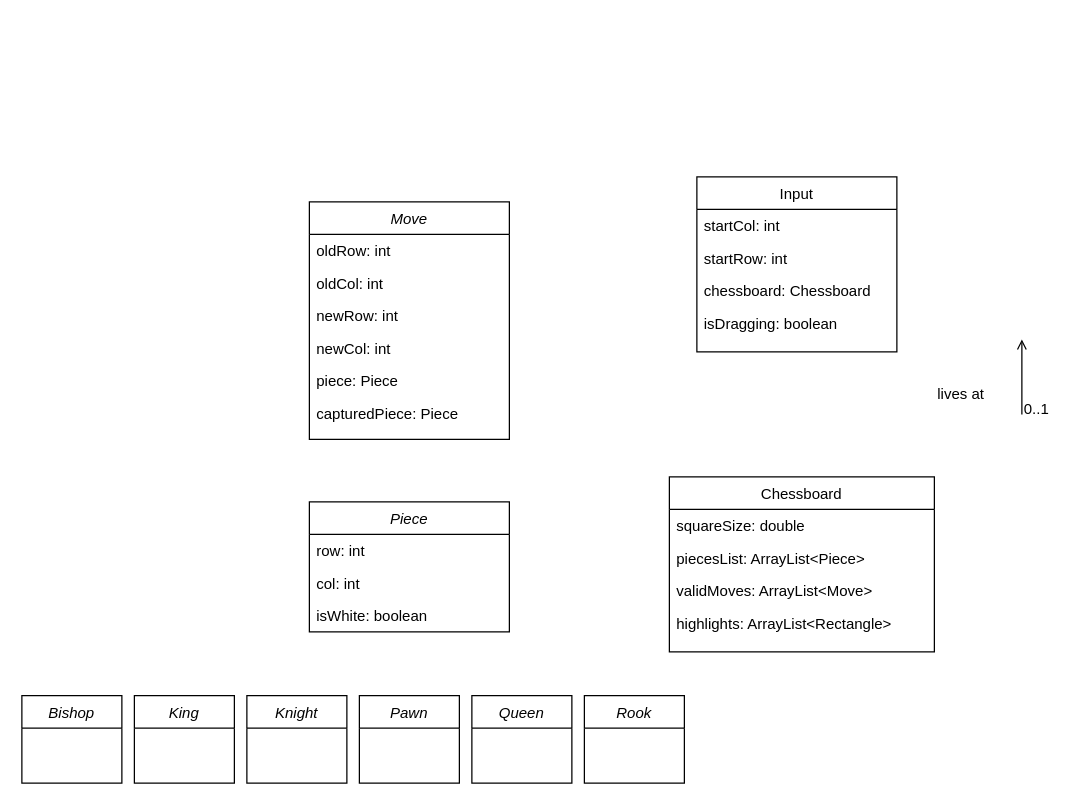
Earlier version of the draw.io diagram Untitled Diagram.drawio (spirithuntt/ChessGame). Source tidied: cells renumbered, new cells numbered last; positions are measured from the earlier drawing's top-left corner, leaving out a move shared by most shapes. Both pictures are drawn from the tidied source at 125%, with x=0, y=0 at pixel (21, 176).
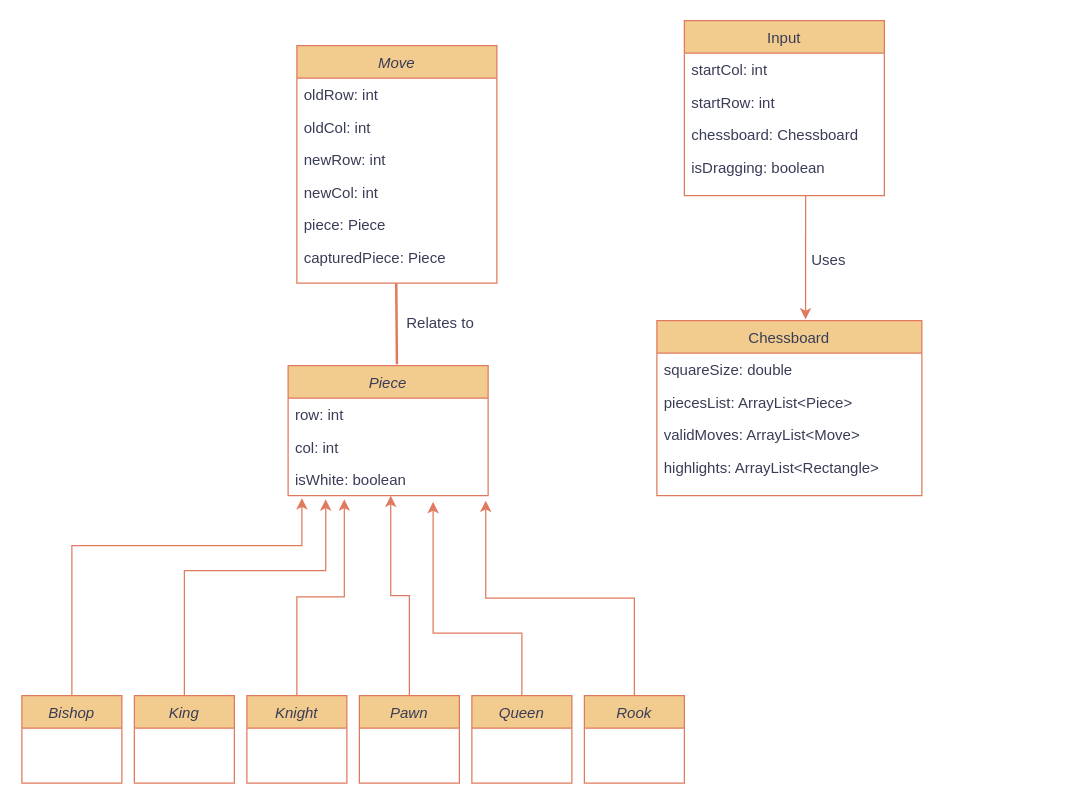
The same page after the edit.

What changed in the source:
```diff
@@
-    <mxCell id="2" value="Move" style="swimlane;fontStyle=2;align=center;verticalAlign=top;horizontal=1;startSize=26;rounded=0;shadow=0;strokeWidth=1;" parent="1" vertex="1">
-      <mxGeometry x="230" y="20" width="160" height="190" as="geometry" />
+    <mxCell id="2" value="Move" style="swimlane;fontStyle=2;align=center;verticalAlign=top;horizontal=1;startSize=26;rounded=0;shadow=0;strokeWidth=1;labelBackgroundColor=none;fillColor=#F2CC8F;strokeColor=#E07A5F;fontColor=#393C56;" parent="1" vertex="1">
+      <mxGeometry x="220" y="-105" width="160" height="190" as="geometry" />
     </mxCell>
-    <mxCell id="3" value="oldRow: int&#10;&#10;" style="text;align=left;verticalAlign=top;spacingLeft=4;spacingRight=4;overflow=hidden;" parent="2" vertex="1">
+    <mxCell id="3" value="oldRow: int&#10;&#10;" style="text;align=left;verticalAlign=top;spacingLeft=4;spacingRight=4;overflow=hidden;labelBackgroundColor=none;fontColor=#393C56;" parent="2" vertex="1">
       <mxGeometry y="26" width="160" height="26" as="geometry" />
     </mxCell>
-    <mxCell id="4" value="oldCol: int&#10;&#10;" style="text;align=left;verticalAlign=top;spacingLeft=4;spacingRight=4;overflow=hidden;rounded=0;shadow=0;html=0;" parent="2" vertex="1">
+    <mxCell id="4" value="oldCol: int&#10;&#10;" style="text;align=left;verticalAlign=top;spacingLeft=4;spacingRight=4;overflow=hidden;rounded=0;shadow=0;html=0;labelBackgroundColor=none;fontColor=#393C56;" parent="2" vertex="1">
       <mxGeometry y="52" width="160" height="26" as="geometry" />
     </mxCell>
-    <mxCell id="5" value="newRow: int&#10;&#10;" style="text;align=left;verticalAlign=top;spacingLeft=4;spacingRight=4;overflow=hidden;rounded=0;shadow=0;html=0;" parent="2" vertex="1">
+    <mxCell id="5" value="newRow: int&#10;&#10;" style="text;align=left;verticalAlign=top;spacingLeft=4;spacingRight=4;overflow=hidden;rounded=0;shadow=0;html=0;labelBackgroundColor=none;fontColor=#393C56;" parent="2" vertex="1">
       <mxGeometry y="78" width="160" height="26" as="geometry" />
     </mxCell>
-    <mxCell id="6" value="newCol: int&#10;&#10;" style="text;align=left;verticalAlign=top;spacingLeft=4;spacingRight=4;overflow=hidden;rounded=0;shadow=0;html=0;" parent="2" vertex="1">
+    <mxCell id="6" value="newCol: int&#10;&#10;" style="text;align=left;verticalAlign=top;spacingLeft=4;spacingRight=4;overflow=hidden;rounded=0;shadow=0;html=0;labelBackgroundColor=none;fontColor=#393C56;" parent="2" vertex="1">
       <mxGeometry y="104" width="160" height="26" as="geometry" />
     </mxCell>
-    <mxCell id="7" value="piece: Piece&#10;&#10;" style="text;align=left;verticalAlign=top;spacingLeft=4;spacingRight=4;overflow=hidden;rounded=0;shadow=0;html=0;" parent="2" vertex="1">
+    <mxCell id="7" value="piece: Piece&#10;&#10;" style="text;align=left;verticalAlign=top;spacingLeft=4;spacingRight=4;overflow=hidden;rounded=0;shadow=0;html=0;labelBackgroundColor=none;fontColor=#393C56;" parent="2" vertex="1">
       <mxGeometry y="130" width="160" height="26" as="geometry" />
     </mxCell>
-    <mxCell id="8" value="capturedPiece: Piece&#10;" style="text;align=left;verticalAlign=top;spacingLeft=4;spacingRight=4;overflow=hidden;rounded=0;shadow=0;html=0;" parent="2" vertex="1">
+    <mxCell id="8" value="capturedPiece: Piece&#10;" style="text;align=left;verticalAlign=top;spacingLeft=4;spacingRight=4;overflow=hidden;rounded=0;shadow=0;html=0;labelBackgroundColor=none;fontColor=#393C56;" parent="2" vertex="1">
       <mxGeometry y="156" width="160" height="26" as="geometry" />
     </mxCell>
-    <mxCell id="9" value="Input&#10;&#10;" style="swimlane;fontStyle=0;align=center;verticalAlign=top;horizontal=1;startSize=26;rounded=0;shadow=0;strokeWidth=1;" parent="1" vertex="1">
-      <mxGeometry x="540" width="160" height="140" as="geometry" />
+    <mxCell id="9" value="Input&#10;&#10;" style="swimlane;fontStyle=0;align=center;verticalAlign=top;horizontal=1;startSize=26;rounded=0;shadow=0;strokeWidth=1;labelBackgroundColor=none;fillColor=#F2CC8F;strokeColor=#E07A5F;fontColor=#393C56;" parent="1" vertex="1">
+      <mxGeometry x="530" y="-125" width="160" height="140" as="geometry" />
     </mxCell>
-    <mxCell id="10" value="startCol: int&#10;&#10;" style="text;align=left;verticalAlign=top;spacingLeft=4;spacingRight=4;overflow=hidden;" parent="9" vertex="1">
+    <mxCell id="10" value="startCol: int&#10;&#10;" style="text;align=left;verticalAlign=top;spacingLeft=4;spacingRight=4;overflow=hidden;labelBackgroundColor=none;fontColor=#393C56;" parent="9" vertex="1">
       <mxGeometry y="26" width="160" height="26" as="geometry" />
     </mxCell>
-    <mxCell id="11" value="startRow: int&#10;&#10;" style="text;align=left;verticalAlign=top;spacingLeft=4;spacingRight=4;overflow=hidden;rounded=0;shadow=0;html=0;" parent="9" vertex="1">
+    <mxCell id="11" value="startRow: int&#10;&#10;" style="text;align=left;verticalAlign=top;spacingLeft=4;spacingRight=4;overflow=hidden;rounded=0;shadow=0;html=0;labelBackgroundColor=none;fontColor=#393C56;" parent="9" vertex="1">
       <mxGeometry y="52" width="160" height="26" as="geometry" />
     </mxCell>
-    <mxCell id="12" value="chessboard: Chessboard&#10;&#10;" style="text;align=left;verticalAlign=top;spacingLeft=4;spacingRight=4;overflow=hidden;rounded=0;shadow=0;html=0;" parent="9" vertex="1">
+    <mxCell id="12" value="chessboard: Chessboard&#10;&#10;" style="text;align=left;verticalAlign=top;spacingLeft=4;spacingRight=4;overflow=hidden;rounded=0;shadow=0;html=0;labelBackgroundColor=none;fontColor=#393C56;" parent="9" vertex="1">
       <mxGeometry y="78" width="160" height="26" as="geometry" />
     </mxCell>
-    <mxCell id="13" value="isDragging: boolean&#10;&#10;" style="text;align=left;verticalAlign=top;spacingLeft=4;spacingRight=4;overflow=hidden;rounded=0;shadow=0;html=0;" parent="9" vertex="1">
+    <mxCell id="13" value="isDragging: boolean&#10;&#10;" style="text;align=left;verticalAlign=top;spacingLeft=4;spacingRight=4;overflow=hidden;rounded=0;shadow=0;html=0;labelBackgroundColor=none;fontColor=#393C56;" parent="9" vertex="1">
       <mxGeometry y="104" width="160" height="26" as="geometry" />
     </mxCell>
-    <mxCell id="14" style="endArrow=open;shadow=0;strokeWidth=1;rounded=0;endFill=1;edgeStyle=elbowEdgeStyle;elbow=vertical;" parent="1" edge="1">
-      <mxGeometry x="0.5" y="41" relative="1" as="geometry">
-        <mxPoint x="800" y="190" as="sourcePoint" />
-        <mxPoint x="800" y="130" as="targetPoint" />
-        <Array as="points">
-          <mxPoint x="800" y="180" />
-        </Array>
-        <mxPoint x="-40" y="32" as="offset" />
-      </mxGeometry>
-    </mxCell>
-    <mxCell id="15" value="0..1" style="align=left;verticalAlign=bottom;labelBackgroundColor=none;fontSize=12;" parent="14" vertex="1">
-      <mxGeometry x="-1" relative="1" as="geometry">
-        <mxPoint y="4" as="offset" />
-      </mxGeometry>
-    </mxCell>
-    <mxCell id="16" value="lives at" style="text;html=1;align=center;verticalAlign=middle;labelBackgroundColor=none;rounded=0;shadow=0;strokeWidth=1;fontSize=12;" parent="14" vertex="1">
-      <mxGeometry x="0.5" y="49" relative="1" as="geometry">
-        <mxPoint x="-1" y="28" as="offset" />
-      </mxGeometry>
-    </mxCell>
-    <mxCell id="17" value="Piece&#10;&#10;" style="swimlane;fontStyle=2;align=center;verticalAlign=top;horizontal=1;startSize=26;rounded=0;shadow=0;strokeWidth=1;" parent="1" vertex="1">
-      <mxGeometry x="230" y="260" width="160" height="104" as="geometry" />
+    <mxCell id="17" value="Piece&#10;&#10;" style="swimlane;fontStyle=2;align=center;verticalAlign=top;horizontal=1;startSize=26;rounded=0;shadow=0;strokeWidth=1;labelBackgroundColor=none;fillColor=#F2CC8F;strokeColor=#E07A5F;fontColor=#393C56;" parent="1" vertex="1">
+      <mxGeometry x="213" y="151" width="160" height="104" as="geometry" />
     </mxCell>
-    <mxCell id="18" value="row: int&#10;&#10;" style="text;align=left;verticalAlign=top;spacingLeft=4;spacingRight=4;overflow=hidden;" parent="17" vertex="1">
+    <mxCell id="18" value="row: int&#10;&#10;" style="text;align=left;verticalAlign=top;spacingLeft=4;spacingRight=4;overflow=hidden;labelBackgroundColor=none;fontColor=#393C56;" parent="17" vertex="1">
       <mxGeometry y="26" width="160" height="26" as="geometry" />
     </mxCell>
-    <mxCell id="19" value="col: int&#10;&#10;" style="text;align=left;verticalAlign=top;spacingLeft=4;spacingRight=4;overflow=hidden;rounded=0;shadow=0;html=0;" parent="17" vertex="1">
+    <mxCell id="19" value="col: int&#10;&#10;" style="text;align=left;verticalAlign=top;spacingLeft=4;spacingRight=4;overflow=hidden;rounded=0;shadow=0;html=0;labelBackgroundColor=none;fontColor=#393C56;" parent="17" vertex="1">
       <mxGeometry y="52" width="160" height="26" as="geometry" />
     </mxCell>
-    <mxCell id="20" value="isWhite: boolean&#10;&#10;" style="text;align=left;verticalAlign=top;spacingLeft=4;spacingRight=4;overflow=hidden;points=[[0,0.5],[1,0.5]];portConstraint=eastwest;rounded=0;shadow=0;html=0;" parent="17" vertex="1">
+    <mxCell id="20" value="isWhite: boolean&#10;&#10;" style="text;align=left;verticalAlign=top;spacingLeft=4;spacingRight=4;overflow=hidden;points=[[0,0.5],[1,0.5]];portConstraint=eastwest;rounded=0;shadow=0;html=0;labelBackgroundColor=none;fontColor=#393C56;" parent="17" vertex="1">
       <mxGeometry y="78" width="160" height="26" as="geometry" />
     </mxCell>
+    <mxCell id="32" style="edgeStyle=elbowEdgeStyle;rounded=0;jettySize=auto;elbow=vertical;html=1;entryX=0.988;entryY=1.154;entryDx=0;entryDy=0;entryPerimeter=0;labelBackgroundColor=none;strokeColor=#E07A5F;fontColor=default;" parent="1" edge="1" source="21" target="20">
+      <mxGeometry relative="1" as="geometry" />
+    </mxCell>
-    <mxCell id="21" value="Rook&#10;" style="swimlane;fontStyle=2;align=center;verticalAlign=top;horizontal=1;startSize=26;rounded=0;shadow=0;strokeWidth=1;" parent="1" vertex="1">
+    <mxCell id="21" value="Rook&#10;" style="swimlane;fontStyle=2;align=center;verticalAlign=top;horizontal=1;startSize=26;rounded=0;shadow=0;strokeWidth=1;labelBackgroundColor=none;fillColor=#F2CC8F;strokeColor=#E07A5F;fontColor=#393C56;" parent="1" vertex="1">
       <mxGeometry x="450" y="415" width="80" height="70" as="geometry" />
     </mxCell>
-    <mxCell id="22" value="Queen&#10;&#10;&#10;" style="swimlane;fontStyle=2;align=center;verticalAlign=top;horizontal=1;startSize=26;rounded=0;shadow=0;strokeWidth=1;" parent="1" vertex="1">
+    <mxCell id="22" value="Queen&#10;&#10;&#10;" style="swimlane;fontStyle=2;align=center;verticalAlign=top;horizontal=1;startSize=26;rounded=0;shadow=0;strokeWidth=1;labelBackgroundColor=none;fillColor=#F2CC8F;strokeColor=#E07A5F;fontColor=#393C56;" parent="1" vertex="1">
       <mxGeometry x="360" y="415" width="80" height="70" as="geometry" />
     </mxCell>
+    <mxCell id="33" style="edgeStyle=elbowEdgeStyle;rounded=0;jettySize=auto;elbow=vertical;html=1;exitX=0.5;exitY=0;exitDx=0;exitDy=0;entryX=0.513;entryY=1;entryDx=0;entryDy=0;entryPerimeter=0;labelBackgroundColor=none;strokeColor=#E07A5F;fontColor=default;" parent="1" edge="1" source="23" target="20">
+      <mxGeometry relative="1" as="geometry" />
+    </mxCell>
-    <mxCell id="23" value="Pawn&#10;&#10;" style="swimlane;fontStyle=2;align=center;verticalAlign=top;horizontal=1;startSize=26;rounded=0;shadow=0;strokeWidth=1;" parent="1" vertex="1">
+    <mxCell id="23" value="Pawn&#10;&#10;" style="swimlane;fontStyle=2;align=center;verticalAlign=top;horizontal=1;startSize=26;rounded=0;shadow=0;strokeWidth=1;labelBackgroundColor=none;fillColor=#F2CC8F;strokeColor=#E07A5F;fontColor=#393C56;" parent="1" vertex="1">
       <mxGeometry x="270" y="415" width="80" height="70" as="geometry" />
     </mxCell>
+    <mxCell id="34" style="edgeStyle=elbowEdgeStyle;rounded=0;jettySize=auto;elbow=vertical;html=1;entryX=0.281;entryY=1.115;entryDx=0;entryDy=0;entryPerimeter=0;labelBackgroundColor=none;strokeColor=#E07A5F;fontColor=default;" parent="1" edge="1" source="24" target="20">
+      <mxGeometry relative="1" as="geometry" />
+    </mxCell>
-    <mxCell id="24" value="Knight&#10;" style="swimlane;fontStyle=2;align=center;verticalAlign=top;horizontal=1;startSize=26;rounded=0;shadow=0;strokeWidth=1;" parent="1" vertex="1">
+    <mxCell id="24" value="Knight&#10;" style="swimlane;fontStyle=2;align=center;verticalAlign=top;horizontal=1;startSize=26;rounded=0;shadow=0;strokeWidth=1;labelBackgroundColor=none;fillColor=#F2CC8F;strokeColor=#E07A5F;fontColor=#393C56;" parent="1" vertex="1">
       <mxGeometry x="180" y="415" width="80" height="70" as="geometry" />
     </mxCell>
+    <mxCell id="35" style="edgeStyle=elbowEdgeStyle;rounded=0;jettySize=auto;elbow=vertical;html=1;exitX=0.5;exitY=0;exitDx=0;exitDy=0;entryX=0.188;entryY=1.115;entryDx=0;entryDy=0;entryPerimeter=0;labelBackgroundColor=none;strokeColor=#E07A5F;fontColor=default;" parent="1" edge="1" source="25" target="20">
+      <mxGeometry relative="1" as="geometry">
+        <Array as="points">
+          <mxPoint x="190" y="315" />
+        </Array>
+      </mxGeometry>
+    </mxCell>
-    <mxCell id="25" value="King" style="swimlane;fontStyle=2;align=center;verticalAlign=top;horizontal=1;startSize=26;rounded=0;shadow=0;strokeWidth=1;" parent="1" vertex="1">
+    <mxCell id="25" value="King" style="swimlane;fontStyle=2;align=center;verticalAlign=top;horizontal=1;startSize=26;rounded=0;shadow=0;strokeWidth=1;labelBackgroundColor=none;fillColor=#F2CC8F;strokeColor=#E07A5F;fontColor=#393C56;" parent="1" vertex="1">
       <mxGeometry x="90" y="415" width="80" height="70" as="geometry" />
     </mxCell>
+    <mxCell id="36" style="edgeStyle=elbowEdgeStyle;rounded=0;jettySize=auto;elbow=vertical;html=1;exitX=0.5;exitY=0;exitDx=0;exitDy=0;entryX=0.069;entryY=1.077;entryDx=0;entryDy=0;entryPerimeter=0;labelBackgroundColor=none;strokeColor=#E07A5F;fontColor=default;" parent="1" edge="1" source="26" target="20">
+      <mxGeometry relative="1" as="geometry">
+        <Array as="points">
+          <mxPoint x="130" y="295" />
+        </Array>
+      </mxGeometry>
+    </mxCell>
-    <mxCell id="26" value="Bishop" style="swimlane;fontStyle=2;align=center;verticalAlign=top;horizontal=1;startSize=26;rounded=0;shadow=0;strokeWidth=1;" parent="1" vertex="1">
+    <mxCell id="26" value="Bishop" style="swimlane;fontStyle=2;align=center;verticalAlign=top;horizontal=1;startSize=26;rounded=0;shadow=0;strokeWidth=1;labelBackgroundColor=none;fillColor=#F2CC8F;strokeColor=#E07A5F;fontColor=#393C56;" parent="1" vertex="1">
       <mxGeometry y="415" width="80" height="70" as="geometry" />
     </mxCell>
-    <mxCell id="27" value="Chessboard" style="swimlane;fontStyle=0;align=center;verticalAlign=top;horizontal=1;startSize=26;rounded=0;shadow=0;strokeWidth=1;" parent="1" vertex="1">
-      <mxGeometry x="518" y="240" width="212" height="140" as="geometry" />
+    <mxCell id="27" value="Chessboard" style="swimlane;fontStyle=0;align=center;verticalAlign=top;horizontal=1;startSize=26;rounded=0;shadow=0;strokeWidth=1;labelBackgroundColor=none;fillColor=#F2CC8F;strokeColor=#E07A5F;fontColor=#393C56;" parent="1" vertex="1">
+      <mxGeometry x="508" y="115" width="212" height="140" as="geometry" />
     </mxCell>
-    <mxCell id="28" value="squareSize: double&#10;&#10;" style="text;align=left;verticalAlign=top;spacingLeft=4;spacingRight=4;overflow=hidden;" parent="27" vertex="1">
+    <mxCell id="28" value="squareSize: double&#10;&#10;" style="text;align=left;verticalAlign=top;spacingLeft=4;spacingRight=4;overflow=hidden;labelBackgroundColor=none;fontColor=#393C56;" parent="27" vertex="1">
       <mxGeometry y="26" width="212" height="26" as="geometry" />
     </mxCell>
-    <mxCell id="29" value="piecesList: ArrayList&lt;Piece&gt;&#10;&#10;" style="text;align=left;verticalAlign=top;spacingLeft=4;spacingRight=4;overflow=hidden;rounded=0;shadow=0;html=0;" parent="27" vertex="1">
+    <mxCell id="29" value="piecesList: ArrayList&lt;Piece&gt;&#10;&#10;" style="text;align=left;verticalAlign=top;spacingLeft=4;spacingRight=4;overflow=hidden;rounded=0;shadow=0;html=0;labelBackgroundColor=none;fontColor=#393C56;" parent="27" vertex="1">
       <mxGeometry y="52" width="212" height="26" as="geometry" />
     </mxCell>
-    <mxCell id="30" value="validMoves: ArrayList&lt;Move&gt;&#10;&#10;" style="text;align=left;verticalAlign=top;spacingLeft=4;spacingRight=4;overflow=hidden;rounded=0;shadow=0;html=0;" parent="27" vertex="1">
+    <mxCell id="30" value="validMoves: ArrayList&lt;Move&gt;&#10;&#10;" style="text;align=left;verticalAlign=top;spacingLeft=4;spacingRight=4;overflow=hidden;rounded=0;shadow=0;html=0;labelBackgroundColor=none;fontColor=#393C56;" parent="27" vertex="1">
       <mxGeometry y="78" width="212" height="26" as="geometry" />
     </mxCell>
-    <mxCell id="31" value="highlights: ArrayList&lt;Rectangle&gt;&#10;" style="text;align=left;verticalAlign=top;spacingLeft=4;spacingRight=4;overflow=hidden;rounded=0;shadow=0;html=0;" parent="27" vertex="1">
+    <mxCell id="31" value="highlights: ArrayList&lt;Rectangle&gt;&#10;" style="text;align=left;verticalAlign=top;spacingLeft=4;spacingRight=4;overflow=hidden;rounded=0;shadow=0;html=0;labelBackgroundColor=none;fontColor=#393C56;" parent="27" vertex="1">
       <mxGeometry y="104" width="212" height="26" as="geometry" />
     </mxCell>
+    <mxCell id="37" style="edgeStyle=none;rounded=0;jettySize=auto;html=1;exitX=0;exitY=0.5;exitDx=0;exitDy=0;entryX=0.561;entryY=-0.007;entryDx=0;entryDy=0;entryPerimeter=0;labelBackgroundColor=none;strokeColor=#E07A5F;fontColor=default;" parent="1" edge="1" target="27">
+      <mxGeometry relative="1" as="geometry">
+        <mxPoint x="627" y="15" as="sourcePoint" />
+      </mxGeometry>
+    </mxCell>
+    <mxCell id="38" style="edgeStyle=none;rounded=0;jettySize=auto;html=1;exitX=0;exitY=0.5;exitDx=0;exitDy=0;shape=link;width=-1;entryX=0.544;entryY=-0.01;entryDx=0;entryDy=0;entryPerimeter=0;labelBackgroundColor=none;strokeColor=#E07A5F;fontColor=default;" parent="1" edge="1" target="17">
+      <mxGeometry relative="1" as="geometry">
+        <mxPoint x="299.5" y="85" as="sourcePoint" />
+      </mxGeometry>
+    </mxCell>
+    <mxCell id="39" style="edgeStyle=elbowEdgeStyle;rounded=0;jettySize=auto;elbow=vertical;html=1;entryX=0.725;entryY=1.192;entryDx=0;entryDy=0;entryPerimeter=0;exitX=0.5;exitY=0;exitDx=0;exitDy=0;labelBackgroundColor=none;strokeColor=#E07A5F;fontColor=default;" parent="1" edge="1" source="22" target="20">
+      <mxGeometry relative="1" as="geometry">
+        <Array as="points">
+          <mxPoint x="390" y="365" />
+        </Array>
+      </mxGeometry>
+    </mxCell>
+    <mxCell id="40" value="Uses" style="align=left;verticalAlign=bottom;labelBackgroundColor=none;fontSize=12;fillColor=#F2CC8F;strokeColor=#E07A5F;fontColor=#393C56;" parent="1" vertex="1">
+      <mxGeometry x="630" y="75" as="geometry" />
+    </mxCell>
+    <mxCell id="41" value="Relates to&#10;&#10;" style="align=left;verticalAlign=bottom;labelBackgroundColor=none;fontSize=12;fillColor=#F2CC8F;strokeColor=#E07A5F;fontColor=#393C56;" parent="1" vertex="1">
+      <mxGeometry x="306" y="153" as="geometry" />
+    </mxCell>
```
